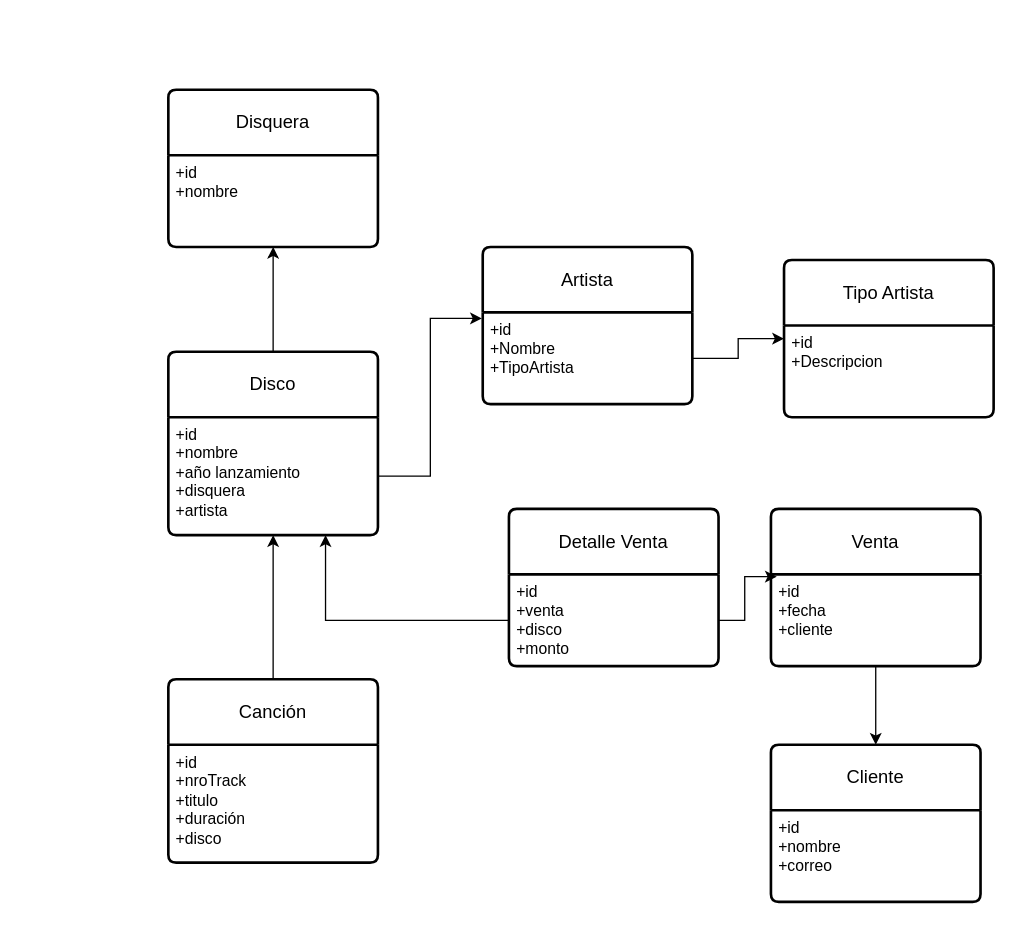
Earlier version of the draw.io diagram page "Modelo Entidad Relacion (Conceptual)" (1 of 2) of diagramas clase.drawio (jpduranhe/bootcamp_repaso_sql). Source tidied: cells renumbered, new cells numbered last; positions are measured from the earlier drawing's top-left corner, leaving out a move shared by most shapes. Both pictures are drawn from the tidied source at 131%, with x=0, y=0 at pixel (168, 89).
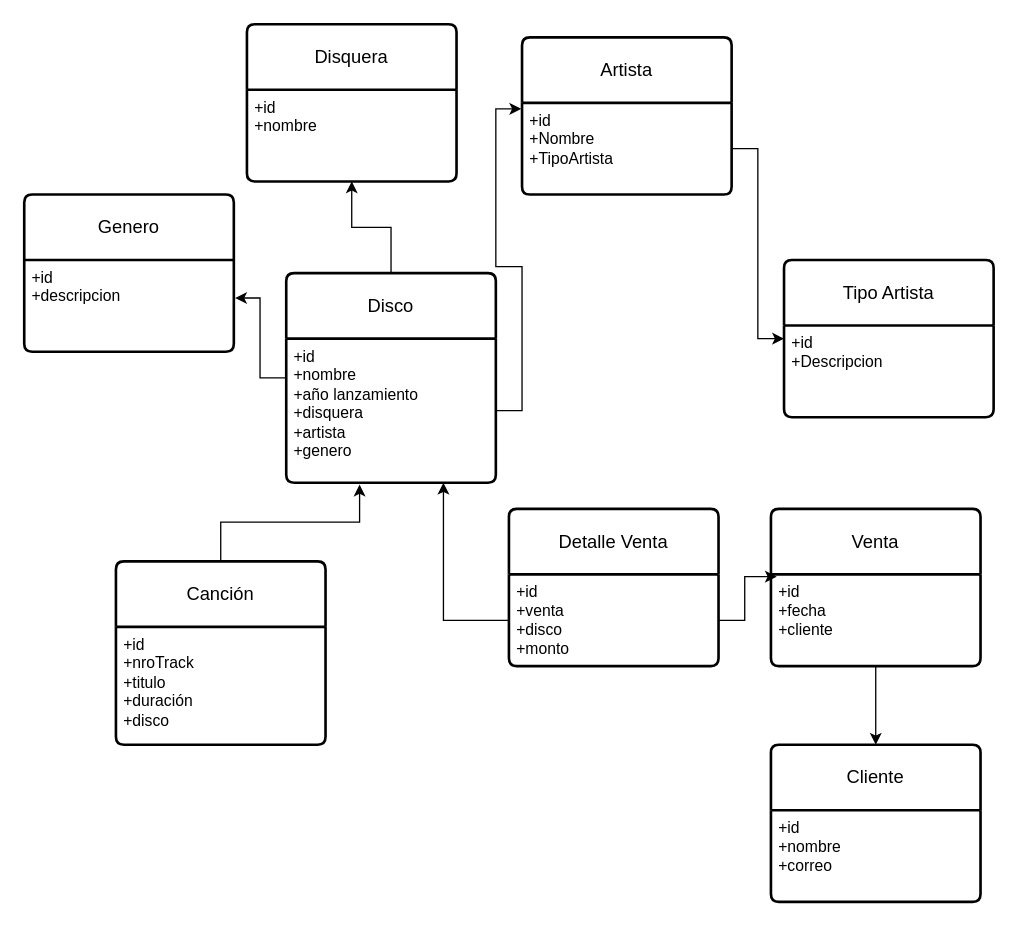
The same page after the edit.

What changed in the source:
```diff
@@
     <mxCell id="2" value="Disquera" style="swimlane;horizontal=1;startSize=50;rounded=1;fontSize=14;fontStyle=0;strokeWidth=2;shadow=0;dashed=0;align=center;arcSize=4;whiteSpace=wrap;html=1;" parent="1" vertex="1">
-      <mxGeometry width="160" height="120" as="geometry" />
+      <mxGeometry x="60" y="-50" width="160" height="120" as="geometry" />
     </mxCell>
@@
     <mxCell id="4" value="Artista" style="swimlane;horizontal=1;startSize=50;rounded=1;fontSize=14;fontStyle=0;strokeWidth=2;shadow=0;dashed=0;align=center;arcSize=4;whiteSpace=wrap;html=1;" parent="1" vertex="1">
-      <mxGeometry x="240" y="120" width="160" height="120" as="geometry" />
+      <mxGeometry x="270" y="-40" width="160" height="120" as="geometry" />
     </mxCell>
@@
     <mxCell id="9" value="Disco" style="swimlane;horizontal=1;startSize=50;rounded=1;fontSize=14;fontStyle=0;strokeWidth=2;shadow=0;dashed=0;align=center;arcSize=4;whiteSpace=wrap;html=1;" parent="1" vertex="1">
-      <mxGeometry y="200" width="160" height="140" as="geometry" />
+      <mxGeometry x="90" y="140" width="160" height="160" as="geometry" />
     </mxCell>
-    <mxCell id="10" value="+id&lt;br&gt;+nombre&lt;br&gt;+año lanzamiento&lt;div&gt;+disquera&lt;/div&gt;&lt;div&gt;+artista&lt;/div&gt;" style="align=left;strokeColor=none;fillColor=none;spacingLeft=4;fontSize=12;verticalAlign=top;html=1;" parent="9" vertex="1">
-      <mxGeometry y="50" width="160" height="90" as="geometry" />
+    <mxCell id="10" value="+id&lt;br&gt;+nombre&lt;br&gt;+año lanzamiento&lt;div&gt;+disquera&lt;/div&gt;&lt;div&gt;+artista&lt;/div&gt;&lt;div&gt;+genero&lt;/div&gt;" style="align=left;strokeColor=none;fillColor=none;spacingLeft=4;fontSize=12;verticalAlign=top;html=1;" parent="9" vertex="1">
+      <mxGeometry y="50" width="160" height="110" as="geometry" />
     </mxCell>
@@
-    <mxCell id="12" style="edgeStyle=orthogonalEdgeStyle;rounded=0;jettySize=auto;html=1;exitX=0.5;exitY=0;exitDx=0;exitDy=0;entryX=0.5;entryY=1;entryDx=0;entryDy=0;" parent="1" edge="1" source="13" target="10">
-      <mxGeometry relative="1" as="geometry" />
-    </mxCell>
     <mxCell id="13" value="Canción" style="swimlane;horizontal=1;startSize=50;rounded=1;fontSize=14;fontStyle=0;strokeWidth=2;shadow=0;dashed=0;align=center;arcSize=4;whiteSpace=wrap;html=1;" parent="1" vertex="1">
-      <mxGeometry y="450" width="160" height="140" as="geometry" />
+      <mxGeometry x="-40" y="360" width="160" height="140" as="geometry" />
     </mxCell>
@@
+    <mxCell id="25" value="Genero" style="swimlane;horizontal=1;startSize=50;rounded=1;fontSize=14;fontStyle=0;strokeWidth=2;shadow=0;dashed=0;align=center;arcSize=4;whiteSpace=wrap;html=1;" parent="1" vertex="1">
+      <mxGeometry x="-110" y="80" width="160" height="120" as="geometry" />
+    </mxCell>
+    <mxCell id="26" value="+id&lt;br&gt;+descripcion" style="align=left;strokeColor=none;fillColor=none;spacingLeft=4;fontSize=12;verticalAlign=top;html=1;" parent="25" vertex="1">
+      <mxGeometry y="50" width="160" height="70" as="geometry" />
+    </mxCell>
+    <mxCell id="27" style="edgeStyle=orthogonalEdgeStyle;rounded=0;jettySize=auto;html=1;entryX=1.006;entryY=0.414;entryDx=0;entryDy=0;entryPerimeter=0;" parent="1" edge="1" source="9" target="26">
+      <mxGeometry relative="1" as="geometry" />
+    </mxCell>
+    <mxCell id="12" style="edgeStyle=orthogonalEdgeStyle;rounded=0;jettySize=auto;html=1;entryX=0.35;entryY=1.013;entryDx=0;entryDy=0;entryPerimeter=0;" parent="1" edge="1" source="13" target="10">
+      <mxGeometry relative="1" as="geometry" />
+    </mxCell>
```
